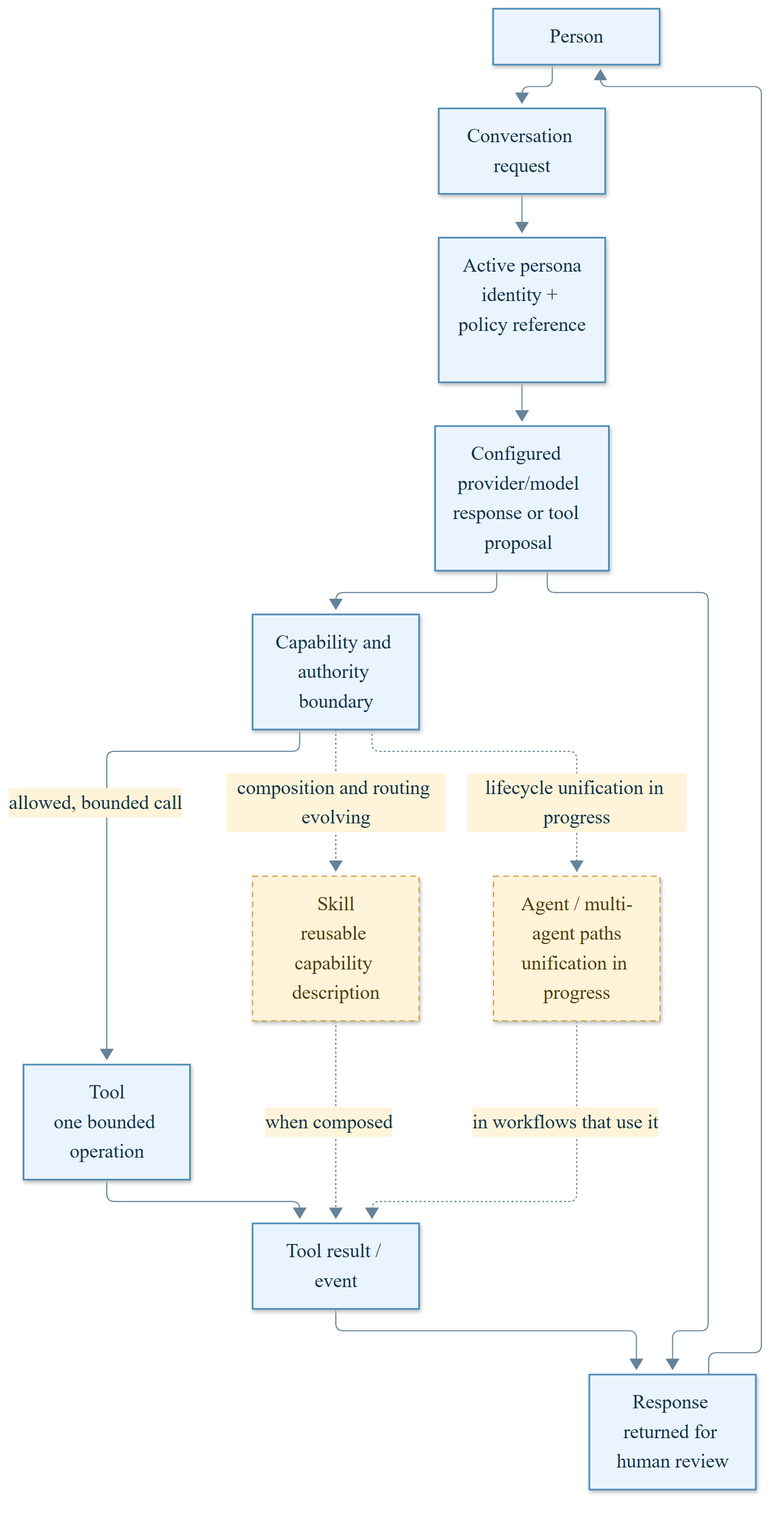
This is assets/diagrams/capability-composition.png from ForgeWireLabs/ForgeWire-Overview, a Mermaid export, as it was before one commit. Its source is kept beside it as assets/diagrams/capability-composition.mmd. The source it was exported from:
```mermaid
%%{init: {"theme":"base","themeVariables":{"fontFamily":"Segoe UI, Arial, sans-serif","fontSize":"18px","primaryColor":"#eaf4ff","primaryTextColor":"#12324a","primaryBorderColor":"#4c8cb5","lineColor":"#64839a","secondaryColor":"#fff4d9","tertiaryColor":"#f3f6f8","background":"#ffffff"}}}%%
flowchart TD
  Person["Person"] --> Request["Conversation request"]
  Request --> Persona["Active persona<br/>identity + policy reference"]
  Persona --> Provider["Configured provider/model<br/>response or tool proposal"]
  Provider --> Review["Capability and authority boundary"]
  Review -->|allowed, bounded call| Tool["Tool<br/>one bounded operation"]
  Review -. "composition and routing evolving" .-> Skill["Skill<br/>reusable capability description"]
  Review -. "lifecycle unification in progress" .-> Agent["Agent / multi-agent paths<br/>unification in progress"]
  Tool --> Result["Tool result / event"]
  Skill -. "when composed" .-> Result
  Agent -. "in workflows that use it" .-> Result
  Result --> Response["Response returned for human review"]
  Provider --> Response
  Response --> Person
  classDef current fill:#eaf4ff,stroke:#4c8cb5,color:#12324a,stroke-width:1.5px;
  classDef evolving fill:#fff4d9,stroke:#d49a31,color:#543b0b,stroke-dasharray:5 4;
  class Person,Request,Persona,Provider,Review,Tool,Result,Response current;
  class Skill,Agent evolving;
```
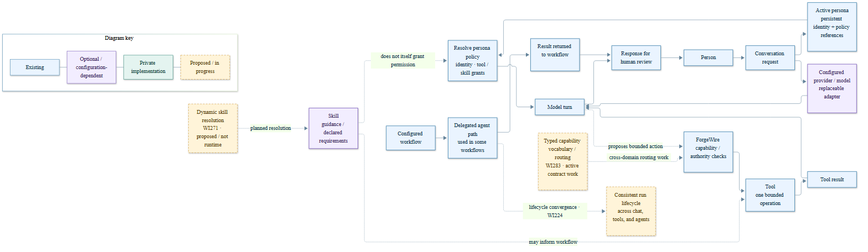
After the change.

Change to the diagram source:
```diff
@@ -1,19 +1,46 @@
-%%{init: {"theme":"base","themeVariables":{"fontFamily":"Segoe UI, Arial, sans-serif","fontSize":"18px","primaryColor":"#eaf4ff","primaryTextColor":"#12324a","primaryBorderColor":"#4c8cb5","lineColor":"#64839a","secondaryColor":"#fff4d9","tertiaryColor":"#f3f6f8","background":"#ffffff"}}}%%
-flowchart TD
+%%{init: {"theme":"base","themeVariables":{"fontFamily":"Arial, sans-serif","fontSize":"17px","primaryColor":"#eaf4ff","primaryTextColor":"#12324a","primaryBorderColor":"#4c8cb5","lineColor":"#64839a","background":"#ffffff"},"flowchart":{"nodeSpacing":30,"rankSpacing":42,"curve":"linear"}}}%%
+flowchart LR
   Person["Person"] --> Request["Conversation request"]
-  Request --> Persona["Active persona<br/>identity + policy reference"]
-  Persona --> Provider["Configured provider/model<br/>response or tool proposal"]
-  Provider --> Review["Capability and authority boundary"]
-  Review -->|allowed, bounded call| Tool["Tool<br/>one bounded operation"]
-  Review -. "composition and routing evolving" .-> Skill["Skill<br/>reusable capability description"]
-  Review -. "lifecycle unification in progress" .-> Agent["Agent / multi-agent paths<br/>unification in progress"]
-  Tool --> Result["Tool result / event"]
-  Skill -. "when composed" .-> Result
-  Agent -. "in workflows that use it" .-> Result
-  Result --> Response["Response returned for human review"]
-  Provider --> Response
+  Request --> Persona["Active persona<br/>persistent identity + policy references"]
+  Persona --> Resolve["Resolve persona policy<br/>identity · tool / skill grants"]
+  Request --> Provider["Configured provider / model<br/>replaceable adapter"]
+  Resolve --> Turn["Model turn"]
+  Provider --> Turn
+  Turn --> Response["Response for human review"]
   Response --> Person
-  classDef current fill:#eaf4ff,stroke:#4c8cb5,color:#12324a,stroke-width:1.5px;
-  classDef evolving fill:#fff4d9,stroke:#d49a31,color:#543b0b,stroke-dasharray:5 4;
-  class Person,Request,Persona,Provider,Review,Tool,Result,Response current;
-  class Skill,Agent evolving;
+
+  Turn -. "proposes bounded action" .-> Gate["ForgeWire capability / authority checks"]
+  Gate --> Tool["Tool<br/>one bounded operation"]
+  Tool --> ToolResult["Tool result"]
+  ToolResult --> Turn
+
+  Skill["Skill<br/>guidance / declared requirements"] -. "does not itself grant permission" .-> Resolve
+  Skill -. "may inform workflow" .-> Tool
+  SkillResolution["Dynamic skill resolution<br/>WI271 · proposed / not runtime"] -. "planned resolution" .-> Skill
+  Requirements["Typed capability vocabulary / routing<br/>WI283 · active contract work"] -. "cross-domain routing work" .-> Gate
+
+  Workflow["Configured workflow"] --> Agent["Delegated agent path<br/>used in some workflows"]
+  Agent --> AgentResult["Result returned to workflow"]
+  AgentResult --> Response
+  Agent -. "lifecycle convergence · WI224" .-> Lifecycle["Consistent run lifecycle<br/>across chat, tools, and agents"]
+
+  subgraph Legend["Diagram key"]
+    direction LR
+    L1["Existing"] --- L2["Optional / configuration-dependent"] --- L3["Private implementation"] --- L4["Proposed / in progress"]
+  end
+
+  classDef existing fill:#eaf4ff,stroke:#4c8cb5,color:#12324a,stroke-width:1.5px;
+  classDef optional fill:#f2edff,stroke:#8063bf,color:#38255b,stroke-width:1.5px;
+  classDef private fill:#e4f4f0,stroke:#3c9182,color:#123f39,stroke-width:1.5px;
+  classDef proposed fill:#fff4d9,stroke:#d49a31,color:#543b0b,stroke-dasharray:5 4;
+  class Person,Request,Persona,Resolve,Turn,Response,Gate,Tool,ToolResult,Workflow,Agent,AgentResult existing;
+  class Provider,Skill optional;
+  class Lifecycle,SkillResolution,Requirements proposed;
+  classDef legendExisting fill:#eaf4ff,stroke:#4c8cb5,color:#12324a;
+  classDef legendOptional fill:#f2edff,stroke:#8063bf,color:#38255b;
+  classDef legendPrivate fill:#e4f4f0,stroke:#3c9182,color:#123f39;
+  classDef legendProposed fill:#fff4d9,stroke:#d49a31,color:#543b0b,stroke-dasharray:5 4;
+  class L1 legendExisting;
+  class L2 legendOptional;
+  class L3 legendPrivate;
+  class L4 legendProposed;
```
